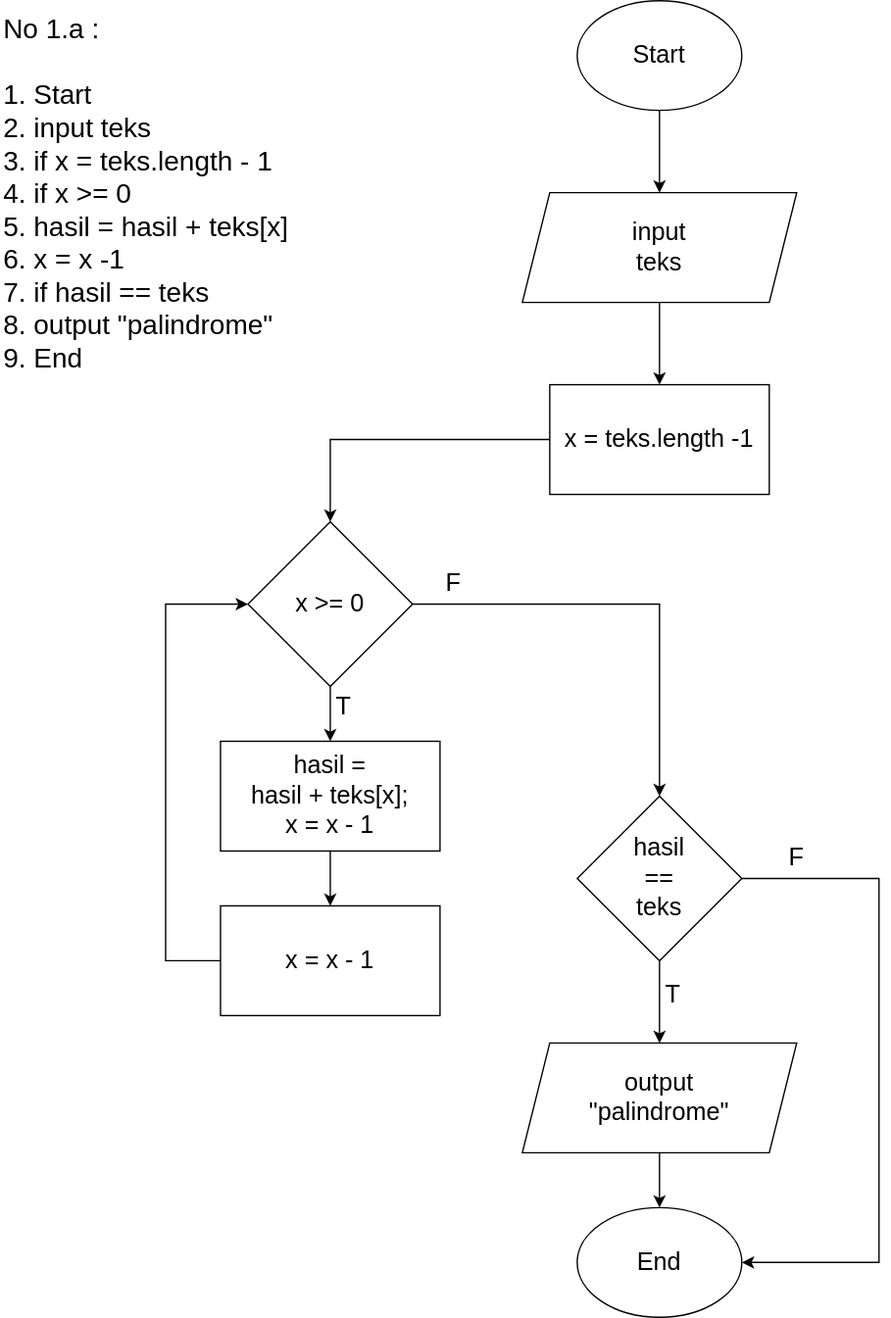
afif-buchori/fw14-afif-buchori keeps this draw.io diagram as WEEK-2/flowchart1a.drawio.svg. Above is the earlier version. Source tidied: cells renumbered, new cells last; positions are measured from the earlier drawing's top-left corner, leaving out a move shared by most shapes.
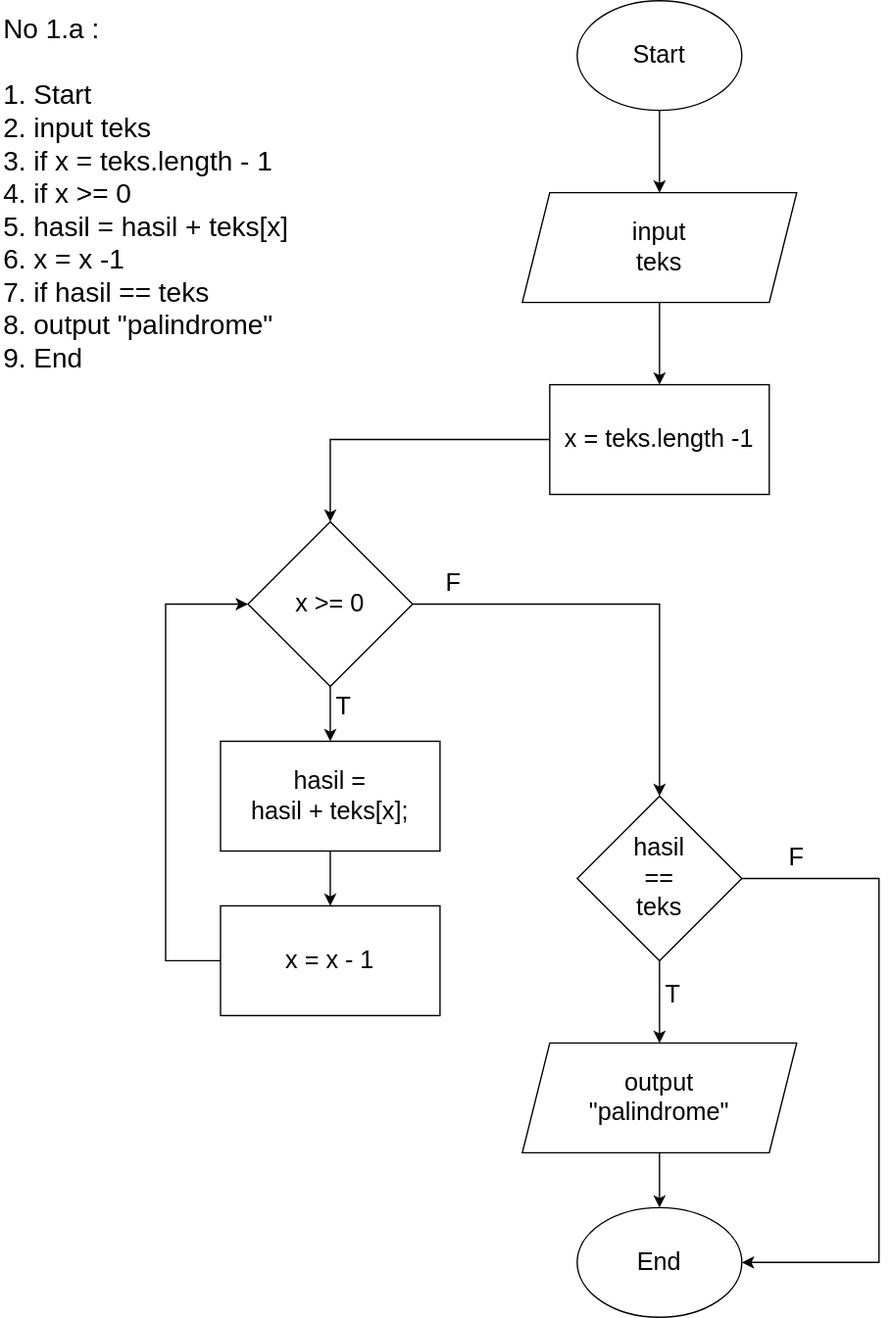
Above is the later version.

Change to the diagram source:
```diff
@@ -36,7 +36,7 @@
     <mxCell id="11" style="edgeStyle=orthogonalEdgeStyle;rounded=0;jettySize=auto;html=1;" parent="1" edge="1" source="12" target="25">
       <mxGeometry relative="1" as="geometry" />
     </mxCell>
-    <mxCell id="12" value="hasil = &lt;br&gt;hasil + teks[x];&lt;br&gt;x = x - 1" style="rounded=0;whiteSpace=wrap;html=1;fontSize=18;" parent="1" vertex="1">
+    <mxCell id="12" value="hasil = &lt;br&gt;hasil + teks[x];" style="rounded=0;whiteSpace=wrap;html=1;fontSize=18;" parent="1" vertex="1">
       <mxGeometry x="160" y="540" width="160" height="80" as="geometry" />
     </mxCell>
     <mxCell id="13" style="edgeStyle=orthogonalEdgeStyle;rounded=0;jettySize=auto;html=1;fontSize=18;" parent="1" edge="1" source="14" target="17">
```
